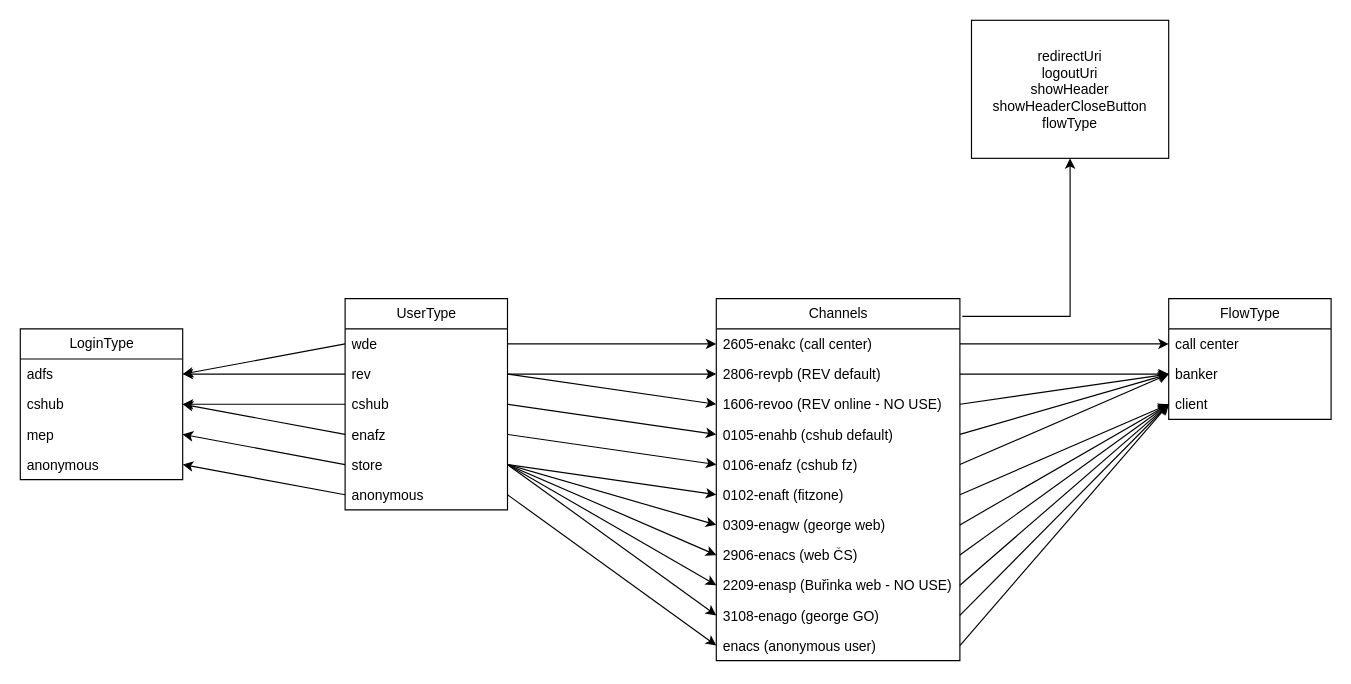
The draw.io diagram ENA_model.drawio in ondrejtuma-ext43301/diagrams, before the edit. Source tidied: cells renumbered, new cells numbered last; positions are measured from the earlier drawing's top-left corner, leaving out a move shared by most shapes. Both pictures are drawn from the tidied source at 116%, with x=0, y=0 at pixel (20, 20).
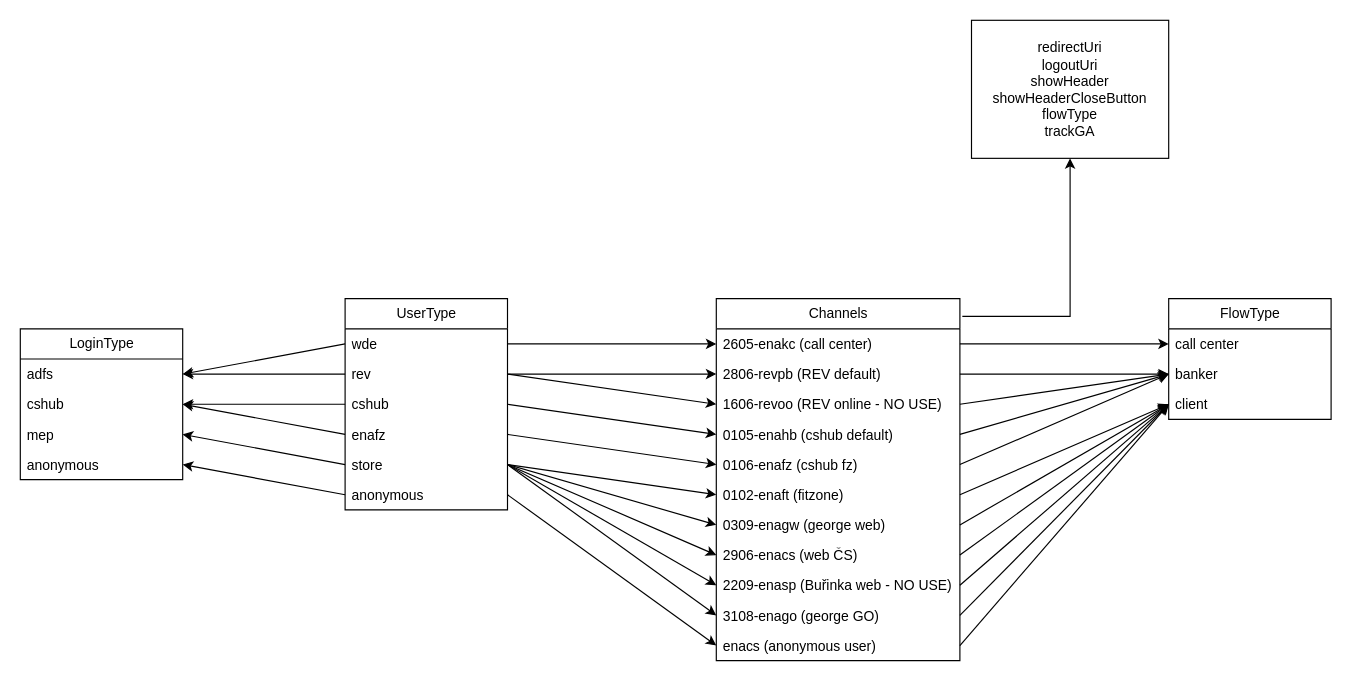
The same page after the edit.

Commit message:
chore(model): anonymous user

Diff of the diagram source:
```diff
@@
-    <mxCell id="56" value="redirectUri&lt;br&gt;logoutUri&lt;br&gt;showHeader&lt;br&gt;showHeaderCloseButton&lt;br&gt;flowType" style="whiteSpace=wrap;html=1;fillColor=none;fontStyle=0;startSize=26;" parent="1" vertex="1">
+    <mxCell id="56" value="redirectUri&lt;br&gt;logoutUri&lt;br&gt;showHeader&lt;br&gt;showHeaderCloseButton&lt;br&gt;flowType&lt;br&gt;trackGA" style="whiteSpace=wrap;html=1;fillColor=none;fontStyle=0;startSize=26;" parent="1" vertex="1">
       <mxGeometry x="820" width="170" height="119" as="geometry" />
     </mxCell>
```
